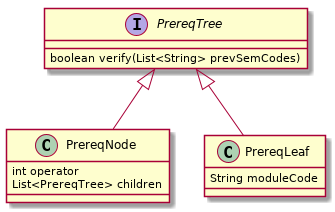
Earlier version of the PlantUML export docs/images/VerificationPrereqTreeClassDiagram.png (halfwhole/main). The source it was exported from:
```plantuml
@startuml
interface PrereqTree {
    boolean verify(List<String> prevSemCodes)
}
class PrereqNode {
    int operator
    List<PrereqTree> children
}
class PrereqLeaf {
    String moduleCode
}
PrereqTree <|-- PrereqNode
PrereqTree <|-- PrereqLeaf
@enduml
```
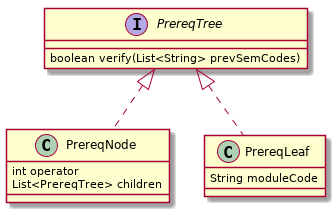
After the change.

Commit message:
Update developer guide diagrams for verification

Change to the diagram source:
```diff
@@ -1,4 +1,6 @@
 @startuml
+
+
 interface PrereqTree {
     boolean verify(List<String> prevSemCodes)
 }
@@ -9,6 +11,9 @@
 class PrereqLeaf {
     String moduleCode
 }
-PrereqTree <|-- PrereqNode
-PrereqTree <|-- PrereqLeaf
+PrereqTree <|.. PrereqNode
+PrereqTree <|.. PrereqLeaf
+
+
+
 @enduml
```
